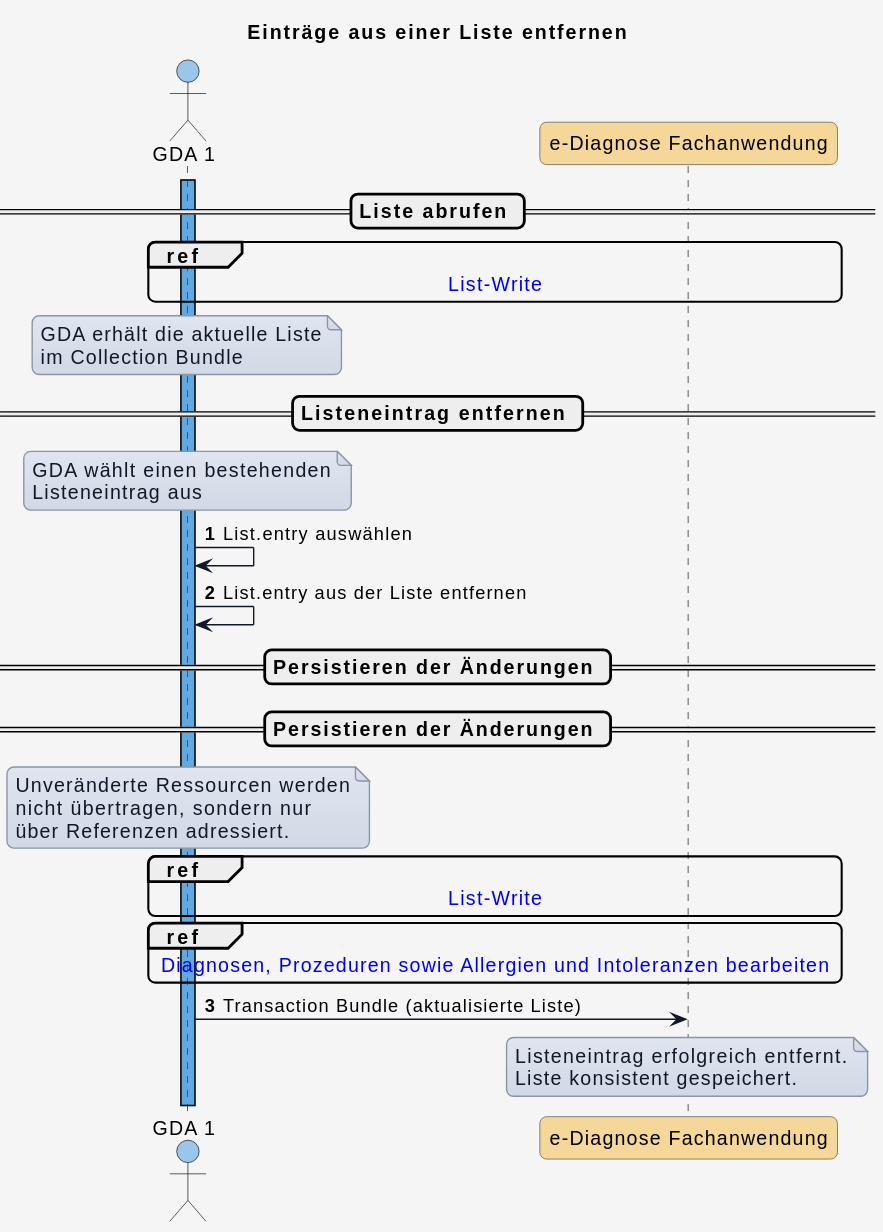
HL7Austria/ELGA-e-Diagnose-R4 keeps this PlantUML diagram as input/images/plantuml/diagram_uc_06_05.svg. Above is the earlier version.
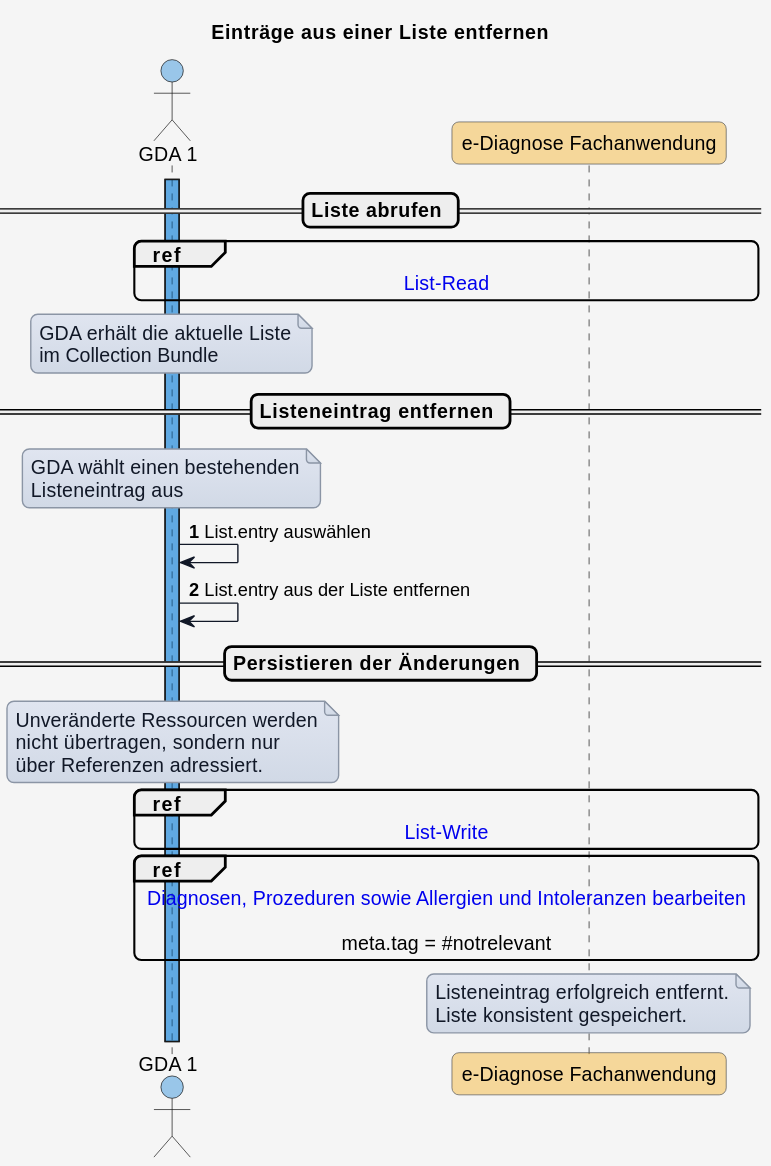
After the commit.

Commit message:
Add info about meta.tag

Diff of the diagram source:
```diff
@@ -57,7 +57,7 @@
 
 activate GDA_1 COLOR_GDA_1
 
-ref over GDA_1, eDiag_FA : [[interactions.html#list-write List-Write]]
+ref over GDA_1, eDiag_FA : [[interactions.html#list-read List-Read]]
 
 
 note over GDA_1
@@ -78,8 +78,6 @@
 
 == Persistieren der Änderungen ==
 
-== Persistieren der Änderungen ==
-
 note over GDA_1
 Unveränderte Ressourcen werden
 nicht übertragen, sondern nur
@@ -88,9 +86,11 @@
 
 ref over GDA_1, eDiag_FA : [[interactions.html#list-write List-Write]]
 
-ref over GDA_1, eDiag_FA : [[uc-e-diag-06.html#sub-uc-e-diag-06-11-Diagnosen-Prozeduren-sowie-Allergien-und-Intoleranzen-bearbeiten Diagnosen, Prozeduren sowie Allergien und Intoleranzen bearbeiten]]
+ref over GDA_1, eDiag_FA
+  [[uc-e-diag-06.html#sub-uc-e-diag-06-10-Diagnosen-Prozeduren-sowie-Allergien-und-Intoleranzen-bearbeiten Diagnosen, Prozeduren sowie Allergien und Intoleranzen bearbeiten]]
 
-GDA_1 -> eDiag_FA : Transaction Bundle (aktualisierte Liste)
+  meta.tag = #notrelevant
+end ref
 
 note over eDiag_FA
 Listeneintrag erfolgreich entfernt.
```
